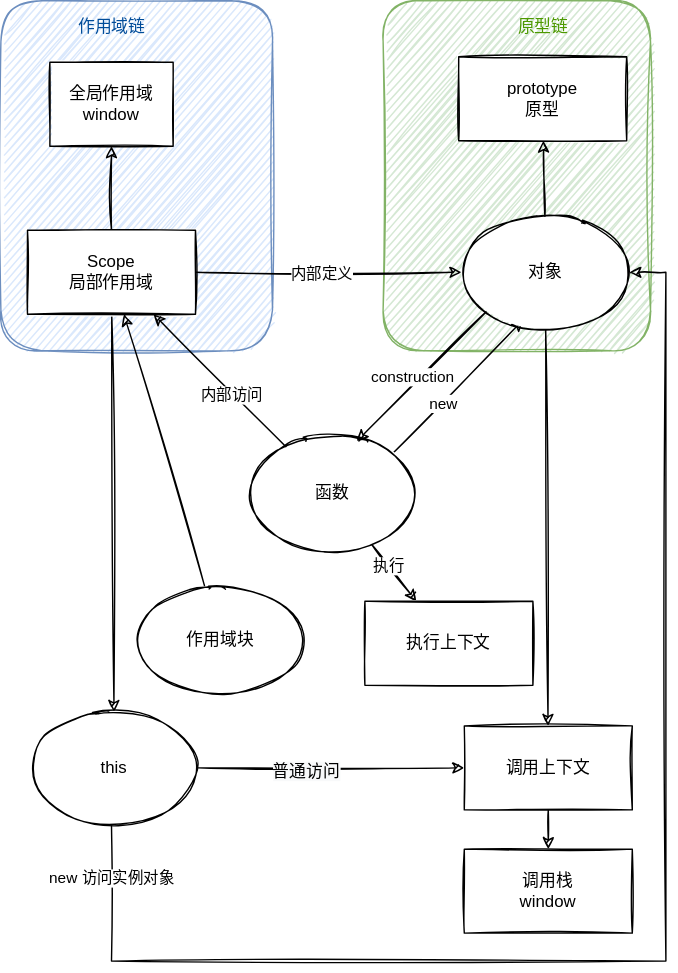
This is computer/language/ECMAScript/scope&context&prototype.svg from Jie6/draw.io_store_open, a draw.io export, as it was before one commit. Source tidied: cells renumbered, new cells last; positions are measured from the earlier drawing's top-left corner, leaving out a move shared by most shapes.
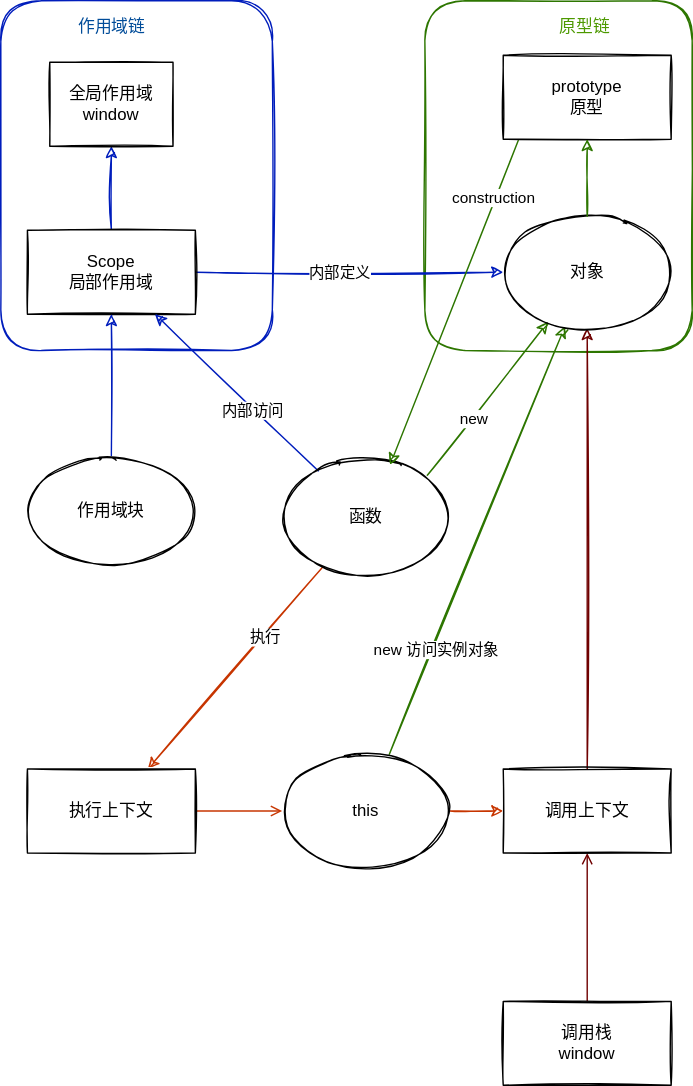
The same file after the commit.

Diff of the diagram source:
```diff
@@ -2,16 +2,16 @@
   <root>
     <mxCell id="0" />
     <mxCell id="1" parent="0" />
-    <mxCell id="2" style="rounded=1;whiteSpace=wrap;html=1;sketch=1;fillColor=#d5e8d4;strokeColor=#82b366;" parent="1" vertex="1">
+    <mxCell id="2" style="rounded=1;whiteSpace=wrap;html=1;sketch=1;fillColor=none;strokeColor=#2D7600;fontColor=#ffffff;" parent="1" vertex="1">
       <mxGeometry x="273" width="191" height="250" as="geometry" />
     </mxCell>
-    <mxCell id="3" style="rounded=1;whiteSpace=wrap;html=1;sketch=1;fillColor=#dae8fc;strokeColor=#6c8ebf;" parent="1" vertex="1">
-      <mxGeometry width="194" height="250" as="geometry" />
+    <mxCell id="3" style="rounded=1;whiteSpace=wrap;html=1;sketch=1;fillColor=none;strokeColor=#001DBC;fontColor=#ffffff;" parent="1" vertex="1">
+      <mxGeometry x="-30" width="194" height="250" as="geometry" />
     </mxCell>
-    <mxCell id="4" style="rounded=0;jettySize=auto;html=1;sketch=1;" parent="1" edge="1" source="8" target="37">
+    <mxCell id="4" style="rounded=0;jettySize=auto;html=1;sketch=1;fillColor=#0050ef;strokeColor=#001DBC;" parent="1" edge="1" source="8" target="37">
       <mxGeometry relative="1" as="geometry" />
     </mxCell>
-    <mxCell id="5" style="edgeStyle=none;rounded=0;sketch=1;jettySize=auto;html=1;" parent="1" edge="1" source="8" target="34">
+    <mxCell id="5" style="edgeStyle=none;rounded=0;sketch=1;jettySize=auto;html=1;fillColor=#0050ef;strokeColor=#001DBC;" parent="1" edge="1" source="8" target="34">
       <mxGeometry relative="1" as="geometry" />
     </mxCell>
     <mxCell id="6" value="内部定义" style="edgeLabel;html=1;align=center;verticalAlign=middle;sketch=1;" parent="5" vertex="1">
@@ -19,13 +19,10 @@
         <mxPoint x="5" y="1" as="offset" />
       </mxGeometry>
     </mxCell>
-    <mxCell id="7" style="edgeStyle=none;rounded=0;sketch=1;jettySize=auto;html=1;" parent="1" edge="1" source="8" target="26">
-      <mxGeometry relative="1" as="geometry" />
-    </mxCell>
     <mxCell id="8" value="Scope&lt;br&gt;局部作用域" style="rounded=0;whiteSpace=wrap;html=1;sketch=1;" parent="1" vertex="1">
-      <mxGeometry x="19" y="164" width="120" height="60" as="geometry" />
+      <mxGeometry x="-11" y="164" width="120" height="60" as="geometry" />
     </mxCell>
-    <mxCell id="9" style="edgeStyle=none;rounded=0;sketch=1;jettySize=auto;html=1;" parent="1" edge="1" source="15" target="8">
+    <mxCell id="9" style="edgeStyle=none;rounded=0;sketch=1;jettySize=auto;html=1;fillColor=#0050ef;strokeColor=#001DBC;" parent="1" edge="1" source="15" target="8">
       <mxGeometry relative="1" as="geometry" />
     </mxCell>
     <mxCell id="10" value="内部访问" style="edgeLabel;html=1;align=center;verticalAlign=middle;sketch=1;" parent="9" vertex="1">
@@ -33,7 +30,7 @@
         <mxPoint x="-4" y="-3" as="offset" />
       </mxGeometry>
     </mxCell>
-    <mxCell id="11" style="edgeStyle=none;rounded=0;sketch=1;jettySize=auto;html=1;" parent="1" edge="1" source="15" target="18">
+    <mxCell id="11" style="edgeStyle=none;rounded=0;sketch=1;jettySize=auto;html=1;fillColor=#fa6800;strokeColor=#C73500;" parent="1" edge="1" source="15" target="18">
       <mxGeometry relative="1" as="geometry" />
     </mxCell>
     <mxCell id="12" value="执行" style="edgeLabel;html=1;align=center;verticalAlign=middle;sketch=1;" parent="11" vertex="1">
@@ -41,28 +38,32 @@
         <mxPoint x="2" y="1" as="offset" />
       </mxGeometry>
     </mxCell>
-    <mxCell id="13" style="edgeStyle=none;rounded=0;sketch=1;jettySize=auto;html=1;exitX=1;exitY=0;exitDx=0;exitDy=0;" parent="1" edge="1" source="15">
-      <mxGeometry relative="1" as="geometry">
-        <mxPoint x="373" y="228" as="targetPoint" />
-      </mxGeometry>
+    <mxCell id="13" style="edgeStyle=none;rounded=0;sketch=1;jettySize=auto;html=1;exitX=1;exitY=0;exitDx=0;exitDy=0;fillColor=#60a917;strokeColor=#2D7600;" parent="1" edge="1" source="15" target="34">
+      <mxGeometry relative="1" as="geometry" />
     </mxCell>
     <mxCell id="14" value="new" style="edgeLabel;html=1;align=center;verticalAlign=middle;sketch=1;" parent="13" vertex="1">
       <mxGeometry x="-0.23" y="-1" relative="1" as="geometry" />
     </mxCell>
     <mxCell id="15" value="函数" style="ellipse;whiteSpace=wrap;html=1;sketch=1;" parent="1" vertex="1">
-      <mxGeometry x="177" y="312" width="120" height="80" as="geometry" />
+      <mxGeometry x="171" y="329" width="120" height="80" as="geometry" />
     </mxCell>
-    <mxCell id="16" style="edgeStyle=none;rounded=0;sketch=1;jettySize=auto;html=1;" parent="1" edge="1" source="17" target="8">
+    <mxCell id="16" style="edgeStyle=none;rounded=0;sketch=1;jettySize=auto;html=1;fillColor=#0050ef;strokeColor=#001DBC;" parent="1" edge="1" source="17" target="8">
       <mxGeometry relative="1" as="geometry" />
     </mxCell>
     <mxCell id="17" value="作用域块" style="ellipse;whiteSpace=wrap;html=1;sketch=1;" parent="1" vertex="1">
-      <mxGeometry x="97" y="417" width="120" height="80" as="geometry" />
+      <mxGeometry x="-11" y="325" width="120" height="80" as="geometry" />
     </mxCell>
+    <mxCell id="38" style="edgeStyle=none;rounded=0;jettySize=auto;html=1;endArrow=open;startSize=6;endSize=6;sourcePerimeterSpacing=0;targetPerimeterSpacing=0;fillColor=#fa6800;strokeColor=#C73500;" parent="1" edge="1" source="18" target="26">
+      <mxGeometry relative="1" as="geometry" />
+    </mxCell>
     <mxCell id="18" value="执行上下文" style="rounded=0;whiteSpace=wrap;html=1;sketch=1;" parent="1" vertex="1">
-      <mxGeometry x="260" y="429" width="120" height="60" as="geometry" />
+      <mxGeometry x="-11" y="549" width="120" height="60" as="geometry" />
     </mxCell>
+    <mxCell id="39" style="edgeStyle=none;rounded=0;jettySize=auto;html=1;endArrow=open;startSize=6;endSize=6;sourcePerimeterSpacing=0;targetPerimeterSpacing=0;fillColor=#a20025;strokeColor=#6F0000;" parent="1" edge="1" source="19" target="31">
+      <mxGeometry relative="1" as="geometry" />
+    </mxCell>
     <mxCell id="19" value="调用栈&lt;br&gt;window" style="rounded=0;whiteSpace=wrap;html=1;sketch=1;" parent="1" vertex="1">
-      <mxGeometry x="331" y="606" width="120" height="60" as="geometry" />
+      <mxGeometry x="329" y="715" width="120" height="60" as="geometry" />
     </mxCell>
     <mxCell id="20" value="&lt;span style=&quot;color: rgba(0 , 0 , 0 , 0) ; font-family: monospace ; font-size: 0px&quot;&gt;%3CmxGraphModel%3E%3Croot%3E%3CmxCell%20id%3D%220%22%2F%3E%3CmxCell%20id%3D%221%22%20parent%3D%220%22%2F%3E%3CmxCell%20id%3D%222%22%20value%3D%22%E4%BD%9C%E7%94%A8%E5%9F%9F%E9%93%BE%22%20style%3D%22edgeLabel%3Bhtml%3D1%3Balign%3Dcenter%3BverticalAlign%3Dmiddle%3Bresizable%3D0%3Bpoints%3D%5B%5D%3B%22%20vertex%3D%221%22%20connectable%3D%220%22%20parent%3D%221%22%3E%3CmxGeometry%20x%3D%22140.36052315677819%22%20y%3D%22140.11535108728708%22%20as%3D%22geometry%22%2F%3E%3C%2FmxCell%3E%3C%2Froot%3E%3C%2FmxGraphModel%3E&lt;/span&gt;" style="text;html=1;align=center;verticalAlign=middle;strokeColor=none;fillColor=none;sketch=1;" parent="1" vertex="1">
       <mxGeometry x="281" y="312" width="10" height="23" as="geometry" />
@@ -70,65 +71,51 @@
     <mxCell id="21" value="&lt;span style=&quot;color: rgba(0 , 0 , 0 , 0) ; font-family: monospace ; font-size: 0px&quot;&gt;3CmxGraphModel%3E%3Croot%3E%3CmxCell%20id%3D%220%22%2F%3E%3CmxCell%20id%3D%221%22%20parent%3D%220%22%2F%3E%3CmxCell%20id%3D%222%22%20value%3D%22%E4%BD%9C%E7%94%A8%E5%9F%9F%E9%93%BE%22%20style%3D%22edgeLabel%3Bhtml%3D1%3Balign%3Dcenter%3BverticalAlign%3Dmiddle%3Bresizable%3D0%3Bpoints%3D%5B%5D%3B%22%20vertex%3D%221%22%20connectable%3D%220%22%20parent%3D%221%22%3E%3CmxGeometry%20x%3D%22140.36052315677819%22%20y%3D%22140.11535108728708%22%20as%3D%22geometry%22%2F%3E%3C%2FmxCell%3E%3C%2Froot%3E%3C%2FmxGraphModel%3E&lt;/span&gt;" style="text;html=1;align=center;verticalAlign=middle;strokeColor=none;fillColor=none;sketch=1;" parent="1" vertex="1">
       <mxGeometry x="260" y="322" width="10" height="23" as="geometry" />
     </mxCell>
-    <mxCell id="22" style="edgeStyle=none;rounded=0;sketch=1;jettySize=auto;html=1;" parent="1" edge="1" source="26" target="31">
+    <mxCell id="22" style="edgeStyle=none;rounded=0;sketch=1;jettySize=auto;html=1;fillColor=#fa6800;strokeColor=#C73500;" parent="1" edge="1" source="26" target="31">
       <mxGeometry relative="1" as="geometry" />
     </mxCell>
-    <mxCell id="23" value="&lt;span style=&quot;font-size: 12px ; background-color: rgb(248 , 249 , 250)&quot;&gt;普通访问&lt;/span&gt;" style="edgeLabel;html=1;align=center;verticalAlign=middle;sketch=1;" parent="22" vertex="1">
-      <mxGeometry x="-0.38" y="-2" relative="1" as="geometry">
-        <mxPoint x="17" as="offset" />
-      </mxGeometry>
-    </mxCell>
-    <mxCell id="24" style="rounded=0;jettySize=auto;html=1;edgeStyle=orthogonalEdgeStyle;sketch=1;entryX=1;entryY=0.5;entryDx=0;entryDy=0;" parent="1" edge="1" source="26" target="34">
-      <mxGeometry relative="1" as="geometry">
-        <Array as="points">
-          <mxPoint x="79" y="686" />
-          <mxPoint x="475" y="686" />
-          <mxPoint x="475" y="194" />
-        </Array>
-      </mxGeometry>
+    <mxCell id="24" style="rounded=0;jettySize=auto;html=1;sketch=1;fillColor=#60a917;strokeColor=#2D7600;" parent="1" edge="1" source="26" target="34">
+      <mxGeometry relative="1" as="geometry" />
     </mxCell>
     <mxCell id="25" value="new 访问实例对象" style="edgeLabel;html=1;align=center;verticalAlign=middle;sketch=1;" parent="24" vertex="1">
       <mxGeometry x="-0.74" y="2" relative="1" as="geometry">
-        <mxPoint x="-32" y="-58" as="offset" />
+        <mxPoint x="19" y="-36" as="offset" />
       </mxGeometry>
     </mxCell>
     <mxCell id="26" value="this&lt;span style=&quot;color: rgba(0 , 0 , 0 , 0) ; font-family: monospace ; font-size: 0px&quot;&gt;%3CmxGraphModel%3E%3Croot%3E%3CmxCell%20id%3D%220%22%2F%3E%3CmxCell%20id%3D%221%22%20parent%3D%220%22%2F%3E%3CmxCell%20id%3D%222%22%20value%3D%22%E8%B0%83%E7%94%A8%E4%B8%8A%E4%B8%8B%E6%96%87%22%20style%3D%22edgeLabel%3Bhtml%3D1%3Balign%3Dcenter%3BverticalAlign%3Dmiddle%3Bresizable%3D0%3Bpoints%3D%5B%5D%3B%22%20vertex%3D%221%22%20connectable%3D%220%22%20parent%3D%221%22%3E%3CmxGeometry%20x%3D%22292.0047059467821%22%20y%3D%22639.620803979748%22%20as%3D%22geometry%22%2F%3E%3C%2FmxCell%3E%3C%2Froot%3E%3C%2FmxGraphModel%3E&lt;/span&gt;" style="ellipse;whiteSpace=wrap;html=1;sketch=1;" parent="1" vertex="1">
-      <mxGeometry x="21" y="508" width="120" height="80" as="geometry" />
+      <mxGeometry x="171" y="539" width="120" height="80" as="geometry" />
     </mxCell>
-    <mxCell id="27" style="edgeStyle=none;rounded=0;sketch=1;jettySize=auto;html=1;entryX=0.643;entryY=0.033;entryDx=0;entryDy=0;entryPerimeter=0;exitX=0;exitY=1;exitDx=0;exitDy=0;" parent="1" edge="1" source="34" target="15">
+    <mxCell id="27" style="edgeStyle=none;rounded=0;sketch=1;jettySize=auto;html=1;entryX=0.643;entryY=0.033;entryDx=0;entryDy=0;entryPerimeter=0;exitX=0.097;exitY=0.977;exitDx=0;exitDy=0;exitPerimeter=0;fillColor=#60a917;strokeColor=#2D7600;" parent="1" edge="1" source="33" target="15">
       <mxGeometry relative="1" as="geometry" />
     </mxCell>
     <mxCell id="28" value="construction" style="edgeLabel;html=1;align=center;verticalAlign=middle;sketch=1;" parent="27" vertex="1">
       <mxGeometry x="-0.21" y="1" relative="1" as="geometry">
-        <mxPoint x="-17" y="9" as="offset" />
+        <mxPoint x="17" y="-50" as="offset" />
       </mxGeometry>
     </mxCell>
-    <mxCell id="29" style="edgeStyle=none;rounded=0;sketch=1;jettySize=auto;html=1;" parent="1" edge="1" source="34" target="31">
-      <mxGeometry relative="1" as="geometry" />
-    </mxCell>
-    <mxCell id="30" style="edgeStyle=none;rounded=0;sketch=1;jettySize=auto;html=1;" parent="1" edge="1" source="31" target="19">
-      <mxGeometry relative="1" as="geometry" />
-    </mxCell>
+    <mxCell id="40" style="edgeStyle=none;rounded=0;jettySize=auto;html=1;endArrow=classic;startSize=6;endSize=6;sourcePerimeterSpacing=0;targetPerimeterSpacing=0;sketch=1;fillColor=#a20025;strokeColor=#6F0000;" parent="1" edge="1" source="31" target="34">
+      <mxGeometry relative="1" as="geometry" />
+    </mxCell>
     <mxCell id="31" value="&lt;span&gt;调用上下文&lt;/span&gt;" style="rounded=0;whiteSpace=wrap;html=1;sketch=1;" parent="1" vertex="1">
-      <mxGeometry x="331" y="518" width="120" height="60" as="geometry" />
+      <mxGeometry x="329" y="549" width="120" height="60" as="geometry" />
     </mxCell>
     <mxCell id="32" value="原型链" style="text;html=1;align=center;verticalAlign=middle;strokeColor=none;fillColor=none;fontColor=#4D9900;sketch=1;" parent="1" vertex="1">
       <mxGeometry x="364" y="10" width="46" height="18" as="geometry" />
     </mxCell>
     <mxCell id="33" value="prototype&lt;br&gt;原型" style="rounded=0;whiteSpace=wrap;html=1;sketch=1;" parent="1" vertex="1">
-      <mxGeometry x="327" y="40" width="120" height="60" as="geometry" />
+      <mxGeometry x="329" y="39" width="120" height="60" as="geometry" />
     </mxCell>
     <mxCell id="34" value="&lt;span&gt;对象&lt;/span&gt;" style="ellipse;whiteSpace=wrap;html=1;sketch=1;" parent="1" vertex="1">
       <mxGeometry x="329" y="154" width="120" height="80" as="geometry" />
     </mxCell>
-    <mxCell id="35" style="edgeStyle=none;rounded=0;sketch=1;jettySize=auto;html=1;" parent="1" edge="1" source="34" target="33">
+    <mxCell id="35" style="edgeStyle=none;rounded=0;sketch=1;jettySize=auto;html=1;fillColor=#60a917;strokeColor=#2D7600;" parent="1" edge="1" source="34" target="33">
       <mxGeometry relative="1" as="geometry" />
     </mxCell>
     <mxCell id="36" value="作用域链" style="text;html=1;align=center;verticalAlign=middle;strokeColor=none;fillColor=none;fontColor=#004C99;sketch=1;" parent="1" vertex="1">
-      <mxGeometry x="50" y="10" width="58" height="18" as="geometry" />
+      <mxGeometry x="20" y="10" width="58" height="18" as="geometry" />
     </mxCell>
     <mxCell id="37" value="全局作用域&lt;br&gt;window" style="rounded=0;whiteSpace=wrap;html=1;sketch=1;" parent="1" vertex="1">
-      <mxGeometry x="35" y="44" width="88.1" height="60" as="geometry" />
+      <mxGeometry x="5" y="44" width="88.1" height="60" as="geometry" />
     </mxCell>
   </root>
 </mxGraphModel>
```
